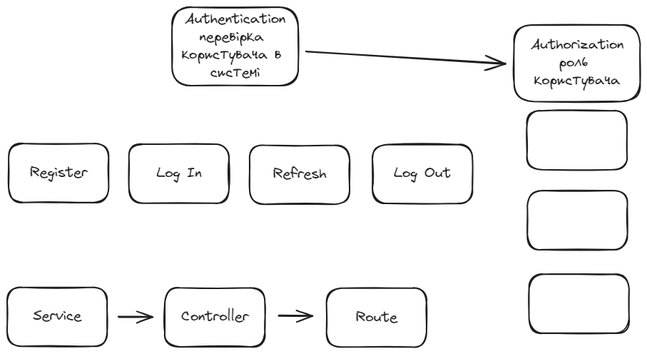
The Excalidraw diagram .excalidraw.png in makssozykin/nodejs-server-project, before a commit. Source tidied: one line per element, renumbered; positions are measured from the earlier drawing's top-left corner, leaving out a move shared by most shapes.
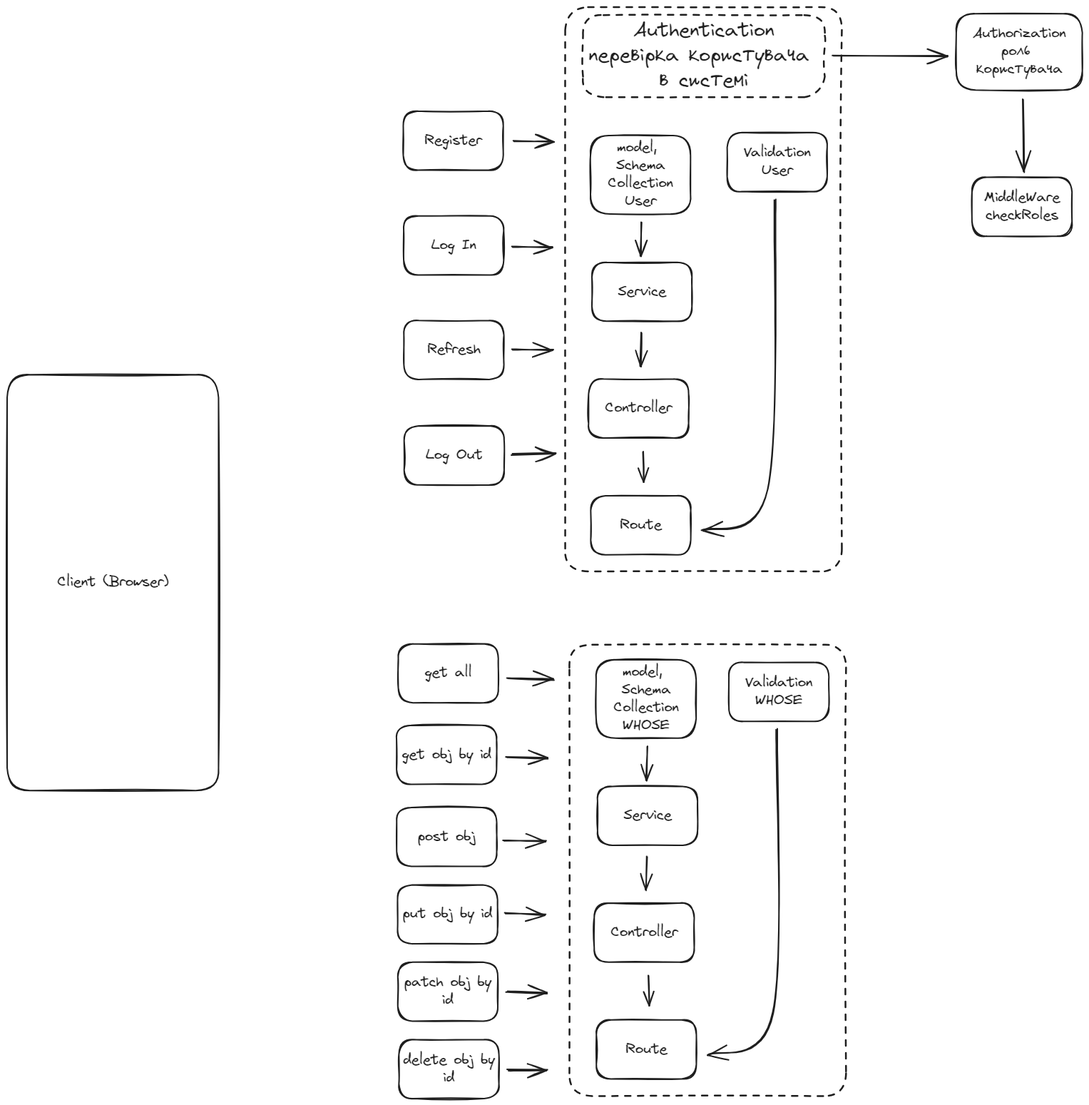
After the commit.

What changed in the source:
```diff
@@ -1,24 +1,70 @@
-{"id": 0, "type": "rectangle", "strokeColor": "#1e1e1e", "strokeWidth": 2, "roughness": 1, "round": true, "x": 340, "y": 194, "width": 140, "height": 83}
+{"id": 0, "type": "rectangle", "strokeColor": "#1e1e1e", "strokeWidth": 2, "roughness": 1, "round": true, "x": -24, "y": -578, "width": 140, "height": 83}
-{"id": 1, "type": "text", "text": "Refresh", "strokeColor": "#1e1e1e", "strokeWidth": 2, "roughness": 1, "fontSize": 20, "fontFamily": 1, "textAlign": "center", "verticalAlign": "middle", "inside": 0, "x": 373, "y": 222, "width": 74, "height": 25}
+{"id": 1, "type": "text", "text": "Refresh", "strokeColor": "#1e1e1e", "strokeWidth": 2, "roughness": 1, "fontSize": 20, "fontFamily": 1, "textAlign": "center", "verticalAlign": "middle", "inside": 0, "x": 9, "y": -549, "width": 74, "height": 25}
-{"id": 2, "type": "rectangle", "strokeColor": "#1e1e1e", "strokeWidth": 2, "roughness": 1, "round": true, "x": 171, "y": 192, "width": 140, "height": 83}
+{"id": 2, "type": "rectangle", "strokeColor": "#1e1e1e", "strokeWidth": 2, "roughness": 1, "round": true, "x": -24, "y": -724, "width": 140, "height": 83}
-{"id": 3, "type": "text", "text": "Log In", "strokeColor": "#1e1e1e", "strokeWidth": 2, "roughness": 1, "fontSize": 20, "fontFamily": 1, "textAlign": "center", "verticalAlign": "middle", "inside": 2, "x": 209, "y": 221, "width": 63, "height": 25}
+{"id": 3, "type": "text", "text": "Log In", "strokeColor": "#1e1e1e", "strokeWidth": 2, "roughness": 1, "fontSize": 20, "fontFamily": 1, "textAlign": "center", "verticalAlign": "middle", "inside": 2, "x": 14, "y": -695, "width": 63, "height": 25}
-{"id": 4, "type": "rectangle", "strokeColor": "#1e1e1e", "strokeWidth": 2, "roughness": 1, "round": true, "x": 231, "y": 0, "width": 177, "height": 110}
+{"id": 4, "type": "rectangle", "strokeColor": "#1e1e1e", "strokeWidth": 2, "strokeStyle": "dashed", "roughness": 2, "round": true, "x": 227, "y": -1006, "width": 339, "height": 115}
-{"id": 5, "type": "text", "text": "Authentication\nперевірка \nкористувача в \nсистемі", "strokeColor": "#1e1e1e", "strokeWidth": 2, "roughness": 1, "fontSize": 20, "fontFamily": 1, "textAlign": "center", "verticalAlign": "middle", "inside": 4, "x": 245, "y": 5, "width": 150, "height": 100}
+{"id": 5, "type": "text", "text": "Authentication\nперевірка користувача \nв системі", "strokeColor": "#1e1e1e", "strokeWidth": 2, "roughness": 1, "fontSize": 28, "fontFamily": 1, "textAlign": "center", "verticalAlign": "middle", "inside": 4, "x": 235, "y": -1001, "width": 323, "height": 105}
-{"id": 6, "type": "rectangle", "strokeColor": "#1e1e1e", "strokeWidth": 2, "roughness": 1, "round": true, "x": 711, "y": 25, "width": 177, "height": 107}
+{"id": 6, "type": "rectangle", "strokeColor": "#1e1e1e", "strokeWidth": 2, "roughness": 1, "round": true, "x": 751, "y": -1008, "width": 177, "height": 107}
-{"id": 7, "type": "text", "text": "Authorization\nроль \nкористувача", "strokeColor": "#1e1e1e", "strokeWidth": 2, "roughness": 1, "fontSize": 20, "fontFamily": 1, "textAlign": "center", "verticalAlign": "middle", "inside": 6, "x": 734, "y": 41, "width": 131, "height": 75}
+{"id": 7, "type": "text", "text": "Authorization\nроль \nкористувача", "strokeColor": "#1e1e1e", "strokeWidth": 2, "roughness": 1, "fontSize": 20, "fontFamily": 1, "textAlign": "center", "verticalAlign": "middle", "inside": 6, "x": 774, "y": -992, "width": 131, "height": 75}
-{"id": 8, "type": "rectangle", "strokeColor": "#1e1e1e", "strokeWidth": 2, "roughness": 1, "round": true, "x": 2, "y": 191, "width": 140, "height": 83}
+{"id": 8, "type": "rectangle", "strokeColor": "#1e1e1e", "strokeWidth": 2, "roughness": 1, "round": true, "x": -25, "y": -871, "width": 140, "height": 83}
-{"id": 9, "type": "text", "text": "Register", "strokeColor": "#1e1e1e", "strokeWidth": 2, "roughness": 1, "fontSize": 20, "fontFamily": 1, "textAlign": "center", "verticalAlign": "middle", "inside": 8, "x": 32, "y": 220, "width": 81, "height": 25}
+{"id": 9, "type": "text", "text": "Register", "strokeColor": "#1e1e1e", "strokeWidth": 2, "roughness": 1, "fontSize": 20, "fontFamily": 1, "textAlign": "center", "verticalAlign": "middle", "inside": 8, "x": 5, "y": -842, "width": 81, "height": 25}
-{"id": 10, "type": "rectangle", "strokeColor": "#1e1e1e", "strokeWidth": 2, "roughness": 1, "round": true, "x": 729, "y": 145, "width": 140, "height": 83}
+{"id": 10, "type": "rectangle", "strokeColor": "#1e1e1e", "strokeWidth": 2, "roughness": 1, "round": true, "x": 238, "y": -837, "width": 140, "height": 110}
+{"id": 24, "type": "text", "text": "model, \nSchema\nCollection\nUser", "strokeColor": "#1e1e1e", "strokeWidth": 2, "roughness": 1, "fontSize": 20, "fontFamily": 1, "textAlign": "center", "verticalAlign": "middle", "inside": 10, "x": 262, "y": -832, "width": 92, "height": 100}
-{"id": 11, "type": "rectangle", "strokeColor": "#1e1e1e", "strokeWidth": 2, "roughness": 1, "round": true, "x": 729, "y": 257, "width": 140, "height": 83}
+{"id": 11, "type": "rectangle", "strokeColor": "#1e1e1e", "strokeWidth": 2, "roughness": 1, "round": true, "x": 430, "y": -841, "width": 140, "height": 83}
+{"id": 25, "type": "text", "text": "Validation\nUser", "strokeColor": "#1e1e1e", "strokeWidth": 2, "roughness": 1, "fontSize": 20, "fontFamily": 1, "textAlign": "center", "verticalAlign": "middle", "inside": 11, "x": 453, "y": -825, "width": 94, "height": 50}
-{"id": 12, "type": "rectangle", "strokeColor": "#1e1e1e", "strokeWidth": 2, "roughness": 1, "round": true, "x": 732, "y": 374, "width": 140, "height": 83}
+{"id": 12, "type": "rectangle", "strokeColor": "#1e1e1e", "strokeWidth": 2, "roughness": 1, "round": true, "x": 773, "y": -779, "width": 140, "height": 83}
+{"id": 26, "type": "text", "text": "MiddleWare\ncheckRoles", "strokeColor": "#1e1e1e", "strokeWidth": 2, "roughness": 1, "fontSize": 20, "fontFamily": 1, "textAlign": "center", "verticalAlign": "middle", "inside": 12, "x": 790, "y": -762, "width": 106, "height": 50}
-{"id": 13, "type": "arrow", "strokeColor": "#1e1e1e", "strokeWidth": 2, "roughness": 1, "endArrowhead": "arrow", "round": true, "from": 4, "to": 6, "x": 420, "y": 61, "width": 277, "height": 18, "points": [[0, 0], [277, 18]]}
+{"id": 13, "type": "arrow", "strokeColor": "#1e1e1e", "strokeWidth": 2, "roughness": 1, "endArrowhead": "arrow", "round": true, "from": 4, "to": 6, "x": 579, "y": -950, "width": 159, "height": 1, "points": [[0, 0], [159, 1]]}
-{"id": 14, "type": "rectangle", "strokeColor": "#1e1e1e", "strokeWidth": 2, "roughness": 1, "round": true, "x": 512, "y": 192, "width": 140, "height": 83}
+{"id": 14, "type": "rectangle", "strokeColor": "#1e1e1e", "strokeWidth": 2, "roughness": 1, "round": true, "x": -23, "y": -430, "width": 140, "height": 83}
-{"id": 15, "type": "text", "text": "Log Out", "strokeColor": "#1e1e1e", "strokeWidth": 2, "roughness": 1, "fontSize": 20, "fontFamily": 1, "textAlign": "center", "verticalAlign": "middle", "inside": 14, "x": 542, "y": 221, "width": 80, "height": 25}
+{"id": 15, "type": "text", "text": "Log Out", "strokeColor": "#1e1e1e", "strokeWidth": 2, "roughness": 1, "fontSize": 20, "fontFamily": 1, "textAlign": "center", "verticalAlign": "middle", "inside": 14, "x": 7, "y": -401, "width": 80, "height": 25}
-{"id": 16, "type": "rectangle", "strokeColor": "#1e1e1e", "strokeWidth": 2, "roughness": 1, "round": true, "x": 221, "y": 393, "width": 140, "height": 83}
+{"id": 16, "type": "rectangle", "strokeColor": "#1e1e1e", "strokeWidth": 2, "roughness": 1, "round": true, "x": 235, "y": -496, "width": 140, "height": 83}
-{"id": 17, "type": "text", "text": "Controller", "strokeColor": "#1e1e1e", "strokeWidth": 2, "roughness": 1, "fontSize": 20, "fontFamily": 1, "textAlign": "center", "verticalAlign": "middle", "inside": 16, "x": 244, "y": 422, "width": 94, "height": 25}
+{"id": 17, "type": "text", "text": "Controller", "strokeColor": "#1e1e1e", "strokeWidth": 2, "roughness": 1, "fontSize": 20, "fontFamily": 1, "textAlign": "center", "verticalAlign": "middle", "inside": 16, "x": 258, "y": -467, "width": 94, "height": 25}
-{"id": 18, "type": "rectangle", "strokeColor": "#1e1e1e", "strokeWidth": 2, "roughness": 1, "round": true, "x": 448, "y": 394, "width": 140, "height": 83}
+{"id": 18, "type": "rectangle", "strokeColor": "#1e1e1e", "strokeWidth": 2, "roughness": 1, "round": true, "x": 238, "y": -332, "width": 140, "height": 83}
-{"id": 19, "type": "text", "text": "Route", "strokeColor": "#1e1e1e", "strokeWidth": 2, "roughness": 1, "fontSize": 20, "fontFamily": 1, "textAlign": "center", "verticalAlign": "middle", "inside": 18, "x": 489, "y": 423, "width": 58, "height": 25}
+{"id": 19, "type": "text", "text": "Route", "strokeColor": "#1e1e1e", "strokeWidth": 2, "roughness": 1, "fontSize": 20, "fontFamily": 1, "textAlign": "center", "verticalAlign": "middle", "inside": 18, "x": 279, "y": -303, "width": 58, "height": 25}
-{"id": 20, "type": "rectangle", "strokeColor": "#1e1e1e", "strokeWidth": 2, "roughness": 1, "round": true, "x": 0, "y": 393, "width": 140, "height": 83}
+{"id": 20, "type": "rectangle", "strokeColor": "#1e1e1e", "strokeWidth": 2, "roughness": 1, "round": true, "x": 240, "y": -659, "width": 140, "height": 83}
-{"id": 21, "type": "text", "text": "Service", "strokeColor": "#1e1e1e", "strokeWidth": 2, "roughness": 1, "fontSize": 20, "fontFamily": 1, "textAlign": "center", "verticalAlign": "middle", "inside": 20, "x": 36, "y": 421, "width": 68, "height": 25}
+{"id": 21, "type": "text", "text": "Service", "strokeColor": "#1e1e1e", "strokeWidth": 2, "roughness": 1, "fontSize": 20, "fontFamily": 1, "textAlign": "center", "verticalAlign": "middle", "inside": 20, "x": 276, "y": -630, "width": 68, "height": 25}
-{"id": 22, "type": "arrow", "strokeColor": "#1e1e1e", "strokeWidth": 2, "roughness": 1, "endArrowhead": "arrow", "round": true, "from": 20, "to": 16, "x": 156, "y": 434, "width": 47, "height": 0, "points": [[0, 0], [47, 0]]}
+{"id": 22, "type": "arrow", "strokeColor": "#1e1e1e", "strokeWidth": 2, "roughness": 1, "endArrowhead": "arrow", "round": true, "from": 20, "to": 16, "x": 309, "y": -561, "width": 1, "height": 47, "points": [[0, 0], [-1, 47]]}
-{"id": 23, "type": "arrow", "strokeColor": "#1e1e1e", "strokeWidth": 2, "roughness": 1, "endArrowhead": "arrow", "round": true, "from": 16, "to": 18, "x": 381, "y": 432, "width": 47, "height": 0, "points": [[0, 0], [47, 0]]}
+{"id": 23, "type": "arrow", "strokeColor": "#1e1e1e", "strokeWidth": 2, "roughness": 1, "endArrowhead": "arrow", "round": true, "from": 16, "to": 18, "x": 311, "y": -394, "width": 1, "height": 42, "points": [[0, 0], [1, 42]]}
+{"id": 27, "type": "arrow", "strokeColor": "#1e1e1e", "strokeWidth": 2, "roughness": 1, "endArrowhead": "arrow", "round": true, "from": 10, "to": 20, "x": 310, "y": -715, "width": 1, "height": 47, "points": [[0, 0], [-1, 47]]}
+{"id": 28, "type": "arrow", "strokeColor": "#1e1e1e", "strokeWidth": 2, "roughness": 1, "endArrowhead": "arrow", "round": true, "from": 11, "to": 18, "x": 496, "y": -746, "width": 102, "height": 464, "points": [[0, 0], [-10, 404], [-102, 464]]}
+{"id": 29, "type": "rectangle", "strokeColor": "#1e1e1e", "strokeWidth": 2, "strokeStyle": "dashed", "roughness": 1, "round": true, "x": 202, "y": -1017, "width": 388, "height": 791}
+{"id": 30, "type": "arrow", "strokeColor": "#1e1e1e", "strokeWidth": 2, "roughness": 1, "endArrowhead": "arrow", "round": true, "from": 8, "to": 29, "x": 130, "y": -829, "width": 56, "height": 1, "points": [[0, 0], [56, 1]]}
+{"id": 31, "type": "arrow", "strokeColor": "#1e1e1e", "strokeWidth": 2, "roughness": 1, "endArrowhead": "arrow", "round": true, "from": 2, "to": 29, "x": 129, "y": -680, "width": 55, "height": 1, "points": [[0, 0], [55, 1]]}
+{"id": 32, "type": "arrow", "strokeColor": "#1e1e1e", "strokeWidth": 2, "roughness": 1, "endArrowhead": "arrow", "round": true, "from": 0, "to": 29, "x": 128, "y": -536, "width": 59, "height": 0, "points": [[0, 0], [59, 0]]}
+{"id": 33, "type": "arrow", "strokeColor": "#1e1e1e", "strokeWidth": 2, "roughness": 1, "endArrowhead": "arrow", "round": true, "from": 14, "to": 29, "x": 129, "y": -390, "width": 59, "height": 1, "points": [[0, 0], [59, -1]]}
+{"id": 34, "type": "arrow", "strokeColor": "#1e1e1e", "strokeWidth": 2, "roughness": 1, "endArrowhead": "arrow", "round": true, "from": 6, "to": 12, "x": 844, "y": -887, "width": 2, "height": 100, "points": [[0, 0], [2, 100]]}
+{"id": 35, "type": "rectangle", "strokeColor": "#1e1e1e", "strokeWidth": 2, "roughness": 1, "round": true, "x": 246, "y": -102, "width": 140, "height": 110}
+{"id": 36, "type": "text", "text": "model, \nSchema\nCollection\nWHOSE", "strokeColor": "#1e1e1e", "strokeWidth": 2, "roughness": 1, "fontSize": 20, "fontFamily": 1, "textAlign": "center", "verticalAlign": "middle", "inside": 35, "x": 270, "y": -97, "width": 92, "height": 100}
+{"id": 37, "type": "rectangle", "strokeColor": "#1e1e1e", "strokeWidth": 2, "roughness": 1, "round": true, "x": 432, "y": -98, "width": 140, "height": 83}
+{"id": 38, "type": "text", "text": "Validation\nWHOSE", "strokeColor": "#1e1e1e", "strokeWidth": 2, "roughness": 1, "fontSize": 20, "fontFamily": 1, "textAlign": "center", "verticalAlign": "middle", "inside": 37, "x": 455, "y": -82, "width": 94, "height": 50}
+{"id": 39, "type": "rectangle", "strokeColor": "#1e1e1e", "strokeWidth": 2, "roughness": 1, "round": true, "x": 243, "y": 239, "width": 140, "height": 83}
+{"id": 40, "type": "text", "text": "Controller", "strokeColor": "#1e1e1e", "strokeWidth": 2, "roughness": 1, "fontSize": 20, "fontFamily": 1, "textAlign": "center", "verticalAlign": "middle", "inside": 39, "x": 266, "y": 268, "width": 94, "height": 25}
+{"id": 41, "type": "rectangle", "strokeColor": "#1e1e1e", "strokeWidth": 2, "roughness": 1, "round": true, "x": 246, "y": 403, "width": 140, "height": 83}
+{"id": 42, "type": "text", "text": "Route", "strokeColor": "#1e1e1e", "strokeWidth": 2, "roughness": 1, "fontSize": 20, "fontFamily": 1, "textAlign": "center", "verticalAlign": "middle", "inside": 41, "x": 287, "y": 432, "width": 58, "height": 25}
+{"id": 43, "type": "rectangle", "strokeColor": "#1e1e1e", "strokeWidth": 2, "roughness": 1, "round": true, "x": 248, "y": 75, "width": 140, "height": 83}
+{"id": 44, "type": "text", "text": "Service", "strokeColor": "#1e1e1e", "strokeWidth": 2, "roughness": 1, "fontSize": 20, "fontFamily": 1, "textAlign": "center", "verticalAlign": "middle", "inside": 43, "x": 284, "y": 104, "width": 68, "height": 25}
+{"id": 45, "type": "arrow", "strokeColor": "#1e1e1e", "strokeWidth": 2, "roughness": 1, "endArrowhead": "arrow", "round": true, "from": 43, "to": 39, "x": 317, "y": 174, "width": 1, "height": 47, "points": [[0, 0], [-1, 47]]}
+{"id": 46, "type": "arrow", "strokeColor": "#1e1e1e", "strokeWidth": 2, "roughness": 1, "endArrowhead": "arrow", "round": true, "from": 39, "to": 41, "x": 319, "y": 341, "width": 1, "height": 42, "points": [[0, 0], [1, 42]]}
+{"id": 47, "type": "arrow", "strokeColor": "#1e1e1e", "strokeWidth": 2, "roughness": 1, "endArrowhead": "arrow", "round": true, "from": 35, "to": 43, "x": 317, "y": 20, "width": 1, "height": 47, "points": [[0, 0], [-1, 47]]}
+{"id": 48, "type": "arrow", "strokeColor": "#1e1e1e", "strokeWidth": 2, "roughness": 1, "endArrowhead": "arrow", "round": true, "from": 37, "to": 41, "x": 499, "y": -4, "width": 97, "height": 456, "points": [[0, 0], [-6, 396], [-97, 456]]}
+{"id": 49, "type": "rectangle", "strokeColor": "#1e1e1e", "strokeWidth": 2, "strokeStyle": "dashed", "roughness": 1, "round": true, "x": 208, "y": -123, "width": 388, "height": 633}
+{"id": 50, "type": "rectangle", "strokeColor": "#1e1e1e", "strokeWidth": 2, "roughness": 1, "round": true, "x": -580, "y": -502, "width": 296, "height": 583}
+{"id": 51, "type": "text", "text": "Client (Browser)", "strokeColor": "#1e1e1e", "strokeWidth": 2, "roughness": 1, "fontSize": 20, "fontFamily": 1, "textAlign": "center", "verticalAlign": "middle", "inside": 50, "x": -510, "y": -223, "width": 156, "height": 25}
+{"id": 52, "type": "rectangle", "strokeColor": "#1e1e1e", "strokeWidth": 2, "roughness": 1, "round": true, "x": -33, "y": 214, "width": 140, "height": 83}
+{"id": 53, "type": "text", "text": "put obj by id", "strokeColor": "#1e1e1e", "strokeWidth": 2, "roughness": 1, "fontSize": 20, "fontFamily": 1, "textAlign": "center", "verticalAlign": "middle", "inside": 52, "x": -25, "y": 242, "width": 126, "height": 25}
+{"id": 54, "type": "rectangle", "strokeColor": "#1e1e1e", "strokeWidth": 2, "roughness": 1, "round": true, "x": -34, "y": 105, "width": 140, "height": 83}
+{"id": 55, "type": "text", "text": "post obj", "strokeColor": "#1e1e1e", "strokeWidth": 2, "roughness": 1, "fontSize": 20, "fontFamily": 1, "textAlign": "center", "verticalAlign": "middle", "inside": 54, "x": -4, "y": 134, "width": 81, "height": 25}
+{"id": 56, "type": "rectangle", "strokeColor": "#1e1e1e", "strokeWidth": 2, "roughness": 1, "round": true, "x": -32, "y": -124, "width": 140, "height": 83}
+{"id": 57, "type": "text", "text": "get all", "strokeColor": "#1e1e1e", "strokeWidth": 2, "roughness": 1, "fontSize": 20, "fontFamily": 1, "textAlign": "center", "verticalAlign": "middle", "inside": 56, "x": 5, "y": -96, "width": 66, "height": 25}
+{"id": 58, "type": "rectangle", "strokeColor": "#1e1e1e", "strokeWidth": 2, "roughness": 1, "round": true, "x": -32, "y": 322, "width": 140, "height": 83}
+{"id": 59, "type": "text", "text": "patch obj by\nid", "strokeColor": "#1e1e1e", "strokeWidth": 2, "roughness": 1, "fontSize": 20, "fontFamily": 1, "textAlign": "center", "verticalAlign": "middle", "inside": 58, "x": -23, "y": 338, "width": 122, "height": 50}
+{"id": 60, "type": "arrow", "strokeColor": "#1e1e1e", "strokeWidth": 2, "roughness": 1, "endArrowhead": "arrow", "round": true, "from": 56, "to": 49, "x": 122, "y": -77, "width": 65, "height": 3, "points": [[0, 0], [65, 3]]}
+{"id": 61, "type": "arrow", "strokeColor": "#1e1e1e", "strokeWidth": 2, "roughness": 1, "endArrowhead": "arrow", "round": true, "from": 54, "x": 117, "y": 151, "width": 58, "height": 1, "points": [[0, 0], [58, 1]]}
+{"id": 62, "type": "arrow", "strokeColor": "#1e1e1e", "strokeWidth": 2, "roughness": 1, "endArrowhead": "arrow", "round": true, "from": 52, "x": 119, "y": 254, "width": 57, "height": 1, "points": [[0, 0], [57, 1]]}
+{"id": 63, "type": "arrow", "strokeColor": "#1e1e1e", "strokeWidth": 2, "roughness": 1, "endArrowhead": "arrow", "round": true, "from": 58, "to": 49, "x": 120, "y": 364, "width": 57, "height": 1, "points": [[0, 0], [57, 1]]}
+{"id": 64, "type": "rectangle", "strokeColor": "#1e1e1e", "strokeWidth": 2, "roughness": 1, "round": true, "x": -34, "y": -10, "width": 140, "height": 83}
+{"id": 65, "type": "text", "text": "get obj by id", "strokeColor": "#1e1e1e", "strokeWidth": 2, "roughness": 1, "fontSize": 20, "fontFamily": 1, "textAlign": "center", "verticalAlign": "middle", "inside": 64, "x": -27, "y": 19, "width": 125, "height": 25}
+{"id": 66, "type": "arrow", "strokeColor": "#1e1e1e", "strokeWidth": 2, "roughness": 1, "endArrowhead": "arrow", "round": true, "from": 64, "to": 49, "x": 121, "y": 34, "width": 57, "height": 1, "points": [[0, 0], [57, 1]]}
+{"id": 67, "type": "rectangle", "strokeColor": "#1e1e1e", "strokeWidth": 2, "roughness": 1, "round": true, "x": -31, "y": 430, "width": 140, "height": 83}
+{"id": 68, "type": "text", "text": "delete obj by\nid", "strokeColor": "#1e1e1e", "strokeWidth": 2, "roughness": 1, "fontSize": 20, "fontFamily": 1, "textAlign": "center", "verticalAlign": "middle", "inside": 67, "x": -25, "y": 447, "width": 128, "height": 50}
+{"id": 69, "type": "arrow", "strokeColor": "#1e1e1e", "strokeWidth": 2, "roughness": 1, "endArrowhead": "arrow", "round": true, "from": 67, "to": 49, "x": 121, "y": 473, "width": 57, "height": 1, "points": [[0, 0], [57, 1]]}
```
